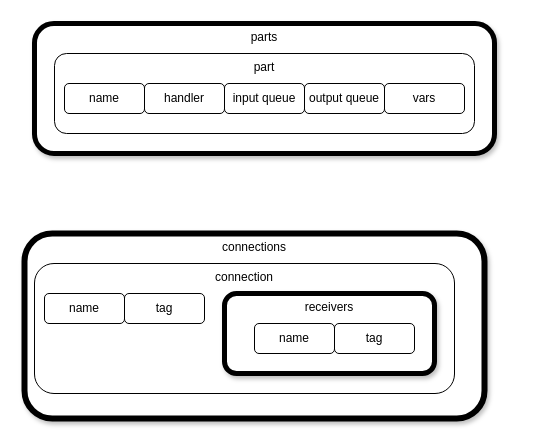
Earlier version of the draw.io diagram page "Page-5" (5 of 5) of helloworld.drawio (guitarvydas/asc2). Source tidied: cells renumbered, new cells numbered last; positions are measured from the earlier drawing's top-left corner, leaving out a move shared by most shapes. Both pictures are drawn from the tidied source at 100%, with x=0, y=0 at pixel (24, 23).
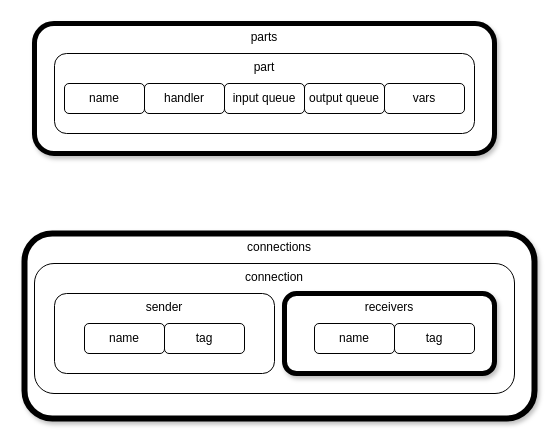
Above is the later version.

Commit message (it also covers changes not shown here):
connection-{sender,receivers}

Change to the diagram source:
```diff
@@
 <mxGraphModel>
   <root>
     <mxCell id="0" />
     <mxCell id="1" parent="0" />
     <mxCell id="2" value="connections" style="rounded=1;whiteSpace=wrap;html=1;verticalAlign=top;shadow=1;strokeWidth=6;" parent="1" vertex="1">
-      <mxGeometry y="210" width="460" height="185" as="geometry" />
+      <mxGeometry y="210" width="510" height="185" as="geometry" />
     </mxCell>
     <mxCell id="3" value="parts" style="rounded=1;whiteSpace=wrap;html=1;verticalAlign=top;shadow=1;strokeWidth=5;" parent="1" vertex="1">
       <mxGeometry x="10" width="460" height="130" as="geometry" />
     </mxCell>
     <mxCell id="4" style="group;" parent="1" vertex="1">
       <mxGeometry x="30" y="30" width="420" height="80" as="geometry" />
     </mxCell>
     <mxCell id="5" value="part" style="rounded=1;whiteSpace=wrap;html=1;verticalAlign=top;" parent="4" vertex="1">
       <mxGeometry width="420" height="80" as="geometry" />
     </mxCell>
     <mxCell id="6" value="name" style="rounded=1;whiteSpace=wrap;html=1;verticalAlign=middle;" parent="4" vertex="1">
       <mxGeometry x="10" y="30" width="80" height="30" as="geometry" />
     </mxCell>
     <mxCell id="7" value="handler" style="rounded=1;whiteSpace=wrap;html=1;verticalAlign=middle;" parent="4" vertex="1">
       <mxGeometry x="90" y="30" width="80" height="30" as="geometry" />
     </mxCell>
     <mxCell id="8" value="input queue" style="rounded=1;whiteSpace=wrap;html=1;verticalAlign=middle;" parent="4" vertex="1">
       <mxGeometry x="170" y="30" width="80" height="30" as="geometry" />
     </mxCell>
     <mxCell id="9" value="output queue" style="rounded=1;whiteSpace=wrap;html=1;verticalAlign=middle;" parent="4" vertex="1">
       <mxGeometry x="250" y="30" width="80" height="30" as="geometry" />
     </mxCell>
     <mxCell id="10" value="vars" style="rounded=1;whiteSpace=wrap;html=1;verticalAlign=middle;" parent="4" vertex="1">
       <mxGeometry x="330" y="30" width="80" height="30" as="geometry" />
     </mxCell>
     <mxCell id="11" value="connection" style="rounded=1;whiteSpace=wrap;html=1;verticalAlign=top;" parent="1" vertex="1">
-      <mxGeometry x="10" y="240" width="420" height="130" as="geometry" />
+      <mxGeometry x="10" y="240" width="480" height="130" as="geometry" />
     </mxCell>
-    <mxCell id="12" value="name" style="rounded=1;whiteSpace=wrap;html=1;verticalAlign=middle;" parent="1" vertex="1">
-      <mxGeometry x="20" y="270" width="80" height="30" as="geometry" />
-    </mxCell>
-    <mxCell id="13" value="tag" style="rounded=1;whiteSpace=wrap;html=1;verticalAlign=middle;" parent="1" vertex="1">
-      <mxGeometry x="100" y="270" width="80" height="30" as="geometry" />
-    </mxCell>
     <mxCell id="14" style="group;" parent="1" vertex="1">
-      <mxGeometry x="200" y="270" width="210" height="80" as="geometry" />
+      <mxGeometry x="260" y="270" width="210" height="80" as="geometry" />
     </mxCell>
     <mxCell id="15" value="receivers" style="rounded=1;whiteSpace=wrap;html=1;verticalAlign=top;shadow=1;strokeWidth=5;" parent="14" vertex="1">
       <mxGeometry width="210" height="80" as="geometry" />
     </mxCell>
     <mxCell id="16" value="name" style="rounded=1;whiteSpace=wrap;html=1;verticalAlign=middle;" parent="14" vertex="1">
       <mxGeometry x="30" y="30" width="80" height="30" as="geometry" />
     </mxCell>
     <mxCell id="17" value="tag" style="rounded=1;whiteSpace=wrap;html=1;verticalAlign=middle;" parent="14" vertex="1">
       <mxGeometry x="110" y="30" width="80" height="30" as="geometry" />
     </mxCell>
+    <mxCell id="18" style="group;" parent="1" vertex="1">
+      <mxGeometry x="30" y="270" width="220" height="80" as="geometry" />
+    </mxCell>
+    <mxCell id="19" value="sender" style="rounded=1;whiteSpace=wrap;html=1;verticalAlign=top;" parent="18" vertex="1">
+      <mxGeometry width="220" height="80" as="geometry" />
+    </mxCell>
+    <mxCell id="12" value="name" style="rounded=1;whiteSpace=wrap;html=1;verticalAlign=middle;" parent="18" vertex="1">
+      <mxGeometry x="30" y="30" width="80" height="30" as="geometry" />
+    </mxCell>
+    <mxCell id="13" value="tag" style="rounded=1;whiteSpace=wrap;html=1;verticalAlign=middle;" parent="18" vertex="1">
+      <mxGeometry x="110" y="30" width="80" height="30" as="geometry" />
+    </mxCell>
   </root>
 </mxGraphModel>
```
